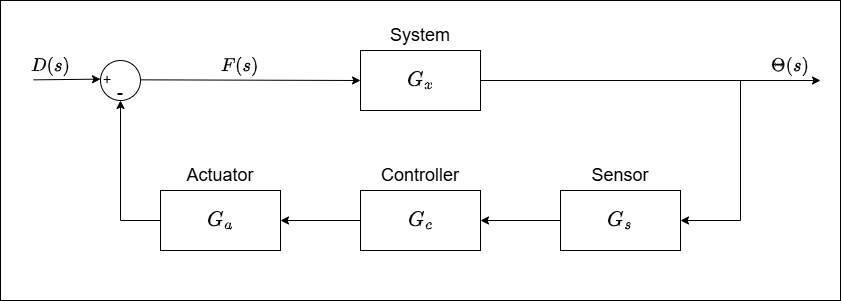
Before: Figures/X_CL_BlockDiagram.drawio.png, a diagram exported from draw.io (ollie3951/ELE2038-Control-Lab). Source tidied: cells renumbered, new cells last; positions are measured from the earlier drawing's top-left corner, leaving out a move shared by most shapes. Source of this version:
```xml
<mxGraphModel math="1">
  <root>
    <mxCell id="0" />
    <mxCell id="1" parent="0" />
    <mxCell id="2" style="rounded=0;whiteSpace=wrap;html=1;" parent="1" vertex="1">
      <mxGeometry width="840" height="300" as="geometry" />
    </mxCell>
    <mxCell id="3" style="rounded=0;whiteSpace=wrap;html=1;" parent="1" vertex="1">
      <mxGeometry x="360" y="190" width="120" height="60" as="geometry" />
    </mxCell>
    <mxCell id="4" value="$$G_c$$" style="text;html=1;align=center;verticalAlign=middle;whiteSpace=wrap;rounded=0;fontSize=18;" parent="1" vertex="1">
      <mxGeometry x="390" y="205" width="60" height="30" as="geometry" />
    </mxCell>
    <mxCell id="5" value="Controller" style="text;html=1;align=center;verticalAlign=middle;whiteSpace=wrap;rounded=0;fontSize=18;fontColor=#000000;" parent="1" vertex="1">
      <mxGeometry x="390" y="160" width="60" height="30" as="geometry" />
    </mxCell>
    <mxCell id="6" value="$$F(s)$$" style="text;html=1;align=center;verticalAlign=middle;whiteSpace=wrap;rounded=0;fontSize=16;" parent="1" vertex="1">
      <mxGeometry x="210" y="50" width="60" height="30" as="geometry" />
    </mxCell>
    <mxCell id="7" style="rounded=0;whiteSpace=wrap;html=1;" parent="1" vertex="1">
      <mxGeometry x="160" y="190" width="120" height="60" as="geometry" />
    </mxCell>
    <mxCell id="8" value="$$G_a$$" style="text;html=1;align=center;verticalAlign=middle;whiteSpace=wrap;rounded=0;fontSize=18;" parent="1" vertex="1">
      <mxGeometry x="190" y="205" width="60" height="30" as="geometry" />
    </mxCell>
    <mxCell id="9" value="Actuator" style="text;html=1;align=center;verticalAlign=middle;whiteSpace=wrap;rounded=0;fontSize=18;fontColor=#000000;" parent="1" vertex="1">
      <mxGeometry x="190" y="160" width="60" height="30" as="geometry" />
    </mxCell>
    <mxCell id="10" style="rounded=0;whiteSpace=wrap;html=1;" parent="1" vertex="1">
      <mxGeometry x="360" y="50" width="120" height="60" as="geometry" />
    </mxCell>
    <mxCell id="11" value="$$G_x$$" style="text;html=1;align=center;verticalAlign=middle;whiteSpace=wrap;rounded=0;fontSize=18;" parent="1" vertex="1">
      <mxGeometry x="390" y="65" width="60" height="30" as="geometry" />
    </mxCell>
    <mxCell id="12" style="endArrow=classic;html=1;rounded=0;" parent="1" edge="1">
      <mxGeometry relative="1" as="geometry">
        <mxPoint x="480" y="80" as="sourcePoint" />
        <mxPoint x="820" y="80" as="targetPoint" />
      </mxGeometry>
    </mxCell>
    <mxCell id="13" value="$$\Theta(s)$$" style="text;html=1;align=center;verticalAlign=middle;whiteSpace=wrap;rounded=0;fontSize=16;" parent="1" vertex="1">
      <mxGeometry x="760" y="50" width="60" height="30" as="geometry" />
    </mxCell>
    <mxCell id="14" value="System" style="text;html=1;align=center;verticalAlign=middle;whiteSpace=wrap;rounded=0;fontSize=18;fontColor=#000000;" parent="1" vertex="1">
      <mxGeometry x="390" y="20" width="60" height="30" as="geometry" />
    </mxCell>
    <mxCell id="15" style="ellipse;whiteSpace=wrap;html=1;" parent="1" vertex="1">
      <mxGeometry x="100" y="60" width="40" height="40" as="geometry" />
    </mxCell>
    <mxCell id="16" value="+" style="text;html=1;align=center;verticalAlign=middle;whiteSpace=wrap;rounded=0;fontSize=14;" parent="1" vertex="1">
      <mxGeometry x="77" y="64" width="60" height="30" as="geometry" />
    </mxCell>
    <mxCell id="17" value="-" style="text;html=1;align=center;verticalAlign=middle;whiteSpace=wrap;rounded=0;fontSize=18;" parent="1" vertex="1">
      <mxGeometry x="90" y="77" width="60" height="30" as="geometry" />
    </mxCell>
    <mxCell id="18" style="rounded=0;whiteSpace=wrap;html=1;" parent="1" vertex="1">
      <mxGeometry x="560" y="190" width="120" height="60" as="geometry" />
    </mxCell>
    <mxCell id="19" value="$$G_s$$" style="text;html=1;align=center;verticalAlign=middle;whiteSpace=wrap;rounded=0;fontSize=18;" parent="1" vertex="1">
      <mxGeometry x="590" y="205" width="60" height="30" as="geometry" />
    </mxCell>
    <mxCell id="20" value="Sensor" style="text;html=1;align=center;verticalAlign=middle;whiteSpace=wrap;rounded=0;fontSize=18;fontColor=#000000;" parent="1" vertex="1">
      <mxGeometry x="590" y="160" width="60" height="30" as="geometry" />
    </mxCell>
    <mxCell id="21" style="endArrow=classic;html=1;rounded=0;" parent="1" edge="1">
      <mxGeometry relative="1" as="geometry">
        <mxPoint x="33" y="79.4" as="sourcePoint" />
        <mxPoint x="100" y="78.7" as="targetPoint" />
      </mxGeometry>
    </mxCell>
    <mxCell id="22" value="$$D(s)$$" style="text;html=1;align=center;verticalAlign=middle;whiteSpace=wrap;rounded=0;fontSize=16;" parent="1" vertex="1">
      <mxGeometry x="20" y="50" width="60" height="30" as="geometry" />
    </mxCell>
    <mxCell id="23" style="endArrow=classic;html=1;rounded=0;entryX=0;entryY=0.5;entryDx=0;entryDy=0;exitX=0.828;exitY=0.078;exitDx=0;exitDy=0;exitPerimeter=0;" parent="1" edge="1" source="17" target="10">
      <mxGeometry relative="1" as="geometry" />
    </mxCell>
    <mxCell id="24" style="endArrow=classic;html=1;rounded=0;entryX=1;entryY=0.5;entryDx=0;entryDy=0;" parent="1" edge="1" target="18">
      <mxGeometry relative="1" as="geometry">
        <mxPoint x="740" y="80" as="sourcePoint" />
        <Array as="points">
          <mxPoint x="740" y="220" />
        </Array>
      </mxGeometry>
    </mxCell>
    <mxCell id="25" style="endArrow=classic;html=1;rounded=0;entryX=1;entryY=0.5;entryDx=0;entryDy=0;exitX=0;exitY=0.5;exitDx=0;exitDy=0;" parent="1" edge="1" source="18" target="3">
      <mxGeometry relative="1" as="geometry" />
    </mxCell>
    <mxCell id="26" style="endArrow=classic;html=1;rounded=0;entryX=1;entryY=0.5;entryDx=0;entryDy=0;" parent="1" edge="1" target="7">
      <mxGeometry relative="1" as="geometry">
        <mxPoint x="360" y="220" as="sourcePoint" />
      </mxGeometry>
    </mxCell>
    <mxCell id="27" style="endArrow=classic;html=1;rounded=0;" parent="1" edge="1">
      <mxGeometry relative="1" as="geometry">
        <mxPoint x="160" y="220" as="sourcePoint" />
        <mxPoint x="120" y="100" as="targetPoint" />
        <Array as="points">
          <mxPoint x="120" y="220" />
        </Array>
      </mxGeometry>
    </mxCell>
  </root>
</mxGraphModel>
```
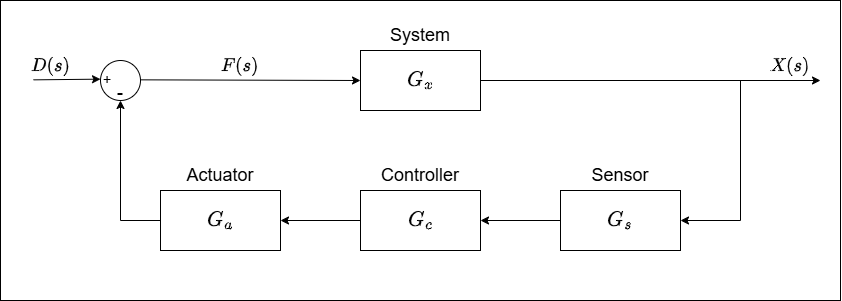
After the commit.

Commit message:
Fixed detail in block diagram

What changed in the source:
```diff
@@ -38,7 +38,7 @@
         <mxPoint x="820" y="80" as="targetPoint" />
       </mxGeometry>
     </mxCell>
-    <mxCell id="13" value="$$\Theta(s)$$" style="text;html=1;align=center;verticalAlign=middle;whiteSpace=wrap;rounded=0;fontSize=16;" parent="1" vertex="1">
+    <mxCell id="13" value="$$X(s)$$" style="text;html=1;align=center;verticalAlign=middle;whiteSpace=wrap;rounded=0;fontSize=16;" parent="1" vertex="1">
       <mxGeometry x="760" y="50" width="60" height="30" as="geometry" />
     </mxCell>
     <mxCell id="14" value="System" style="text;html=1;align=center;verticalAlign=middle;whiteSpace=wrap;rounded=0;fontSize=18;fontColor=#000000;" parent="1" vertex="1">
```
